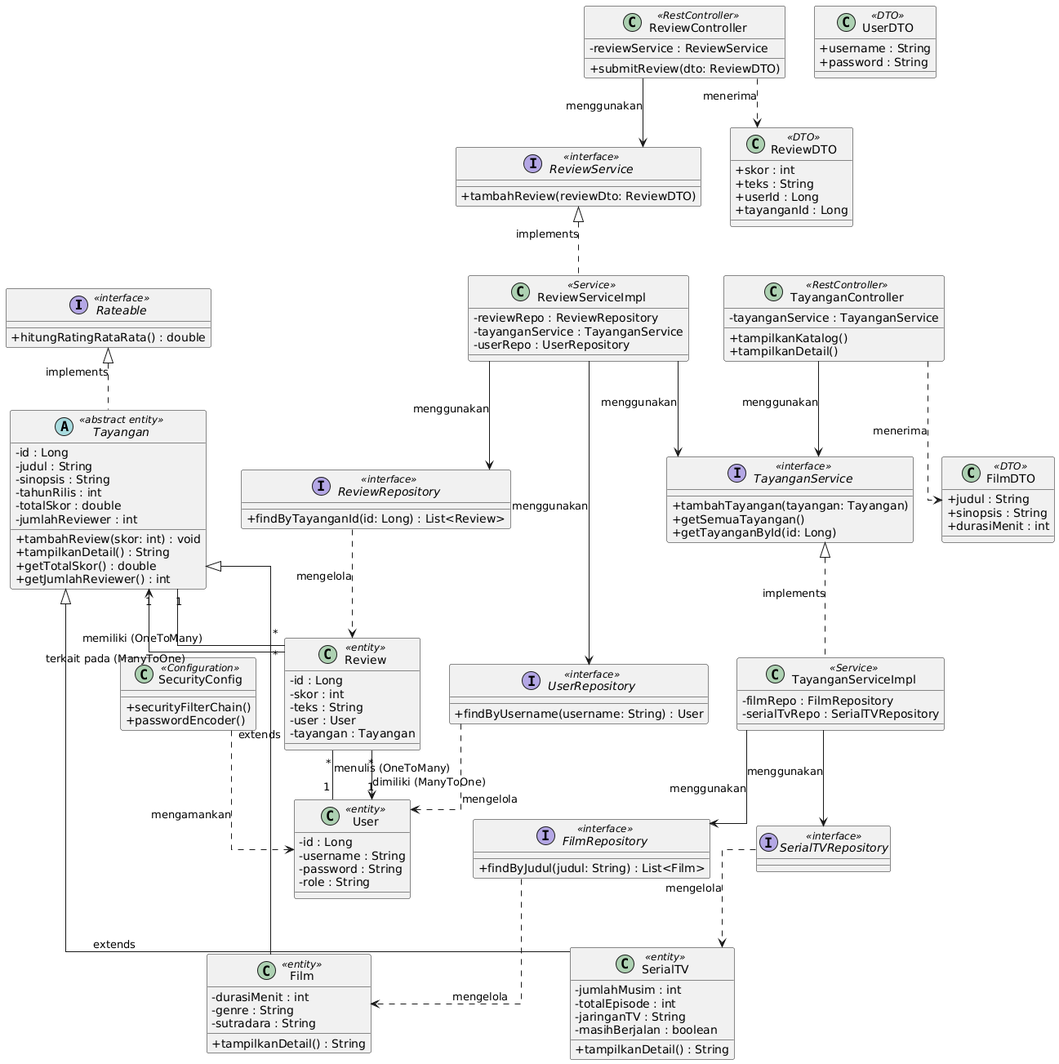
karimaulya/AbsoluteCinema keeps this PlantUML diagram as docs/class diagram fiks.png. Above is the earlier version.
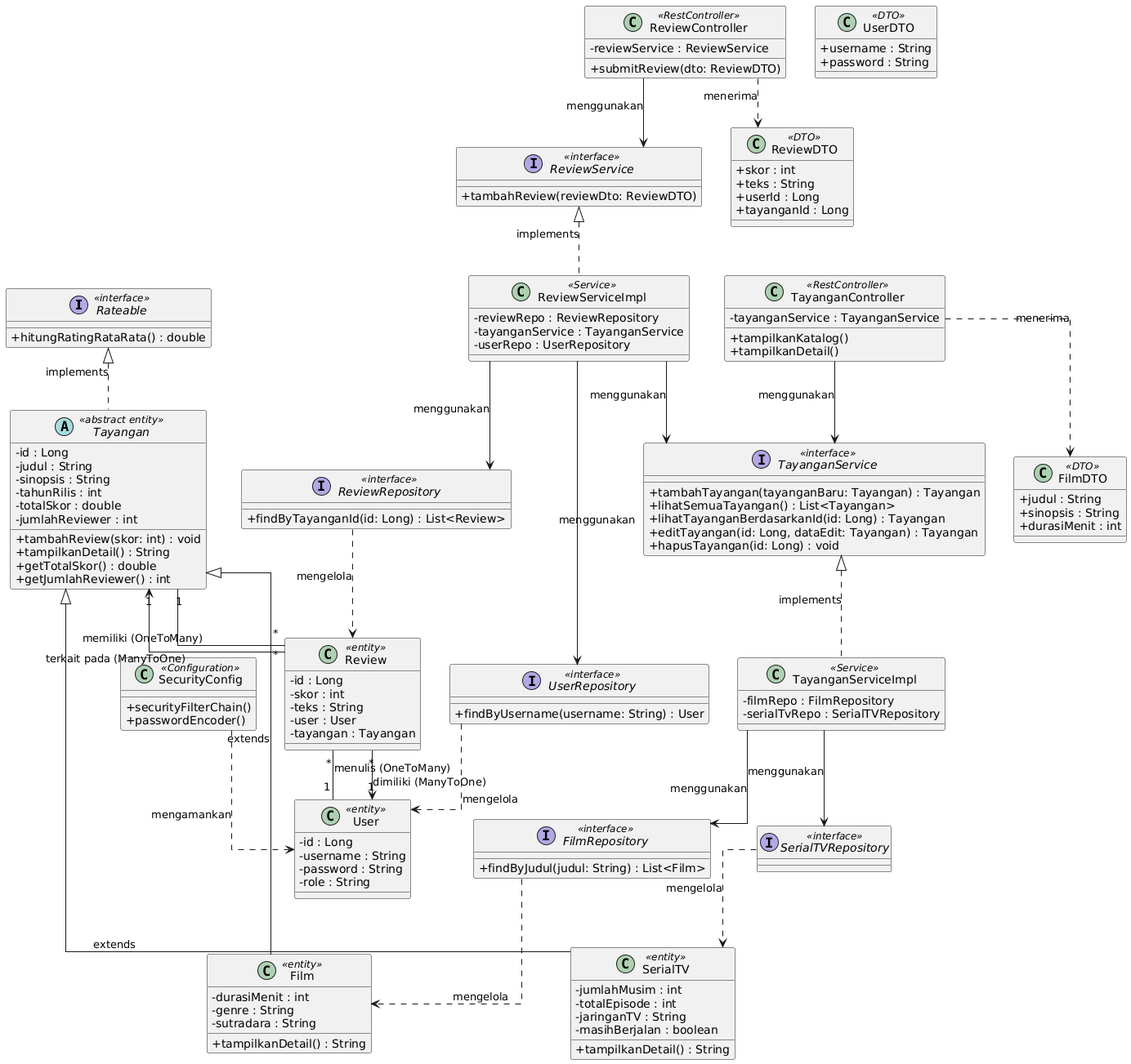
The same diagram one commit later.

Commit message:
refactor: update method names in TayanganService interface for consistency

Diff of the diagram source:
```diff
@@ -80,9 +80,11 @@
 }
 
 interface TayanganService <<interface>> {
-    +tambahTayangan(tayangan: Tayangan)
-    +getSemuaTayangan()
-    +getTayanganById(id: Long)
+    +tambahTayangan(tayanganBaru: Tayangan) : Tayangan
+    +lihatSemuaTayangan() : List<Tayangan>
+    +lihatTayanganBerdasarkanId(id: Long) : Tayangan
+    +editTayangan(id: Long, dataEdit: Tayangan) : Tayangan
+    +hapusTayangan(id: Long) : void
 }
 class TayanganServiceImpl <<Service>> {
     -filmRepo : FilmRepository
```
